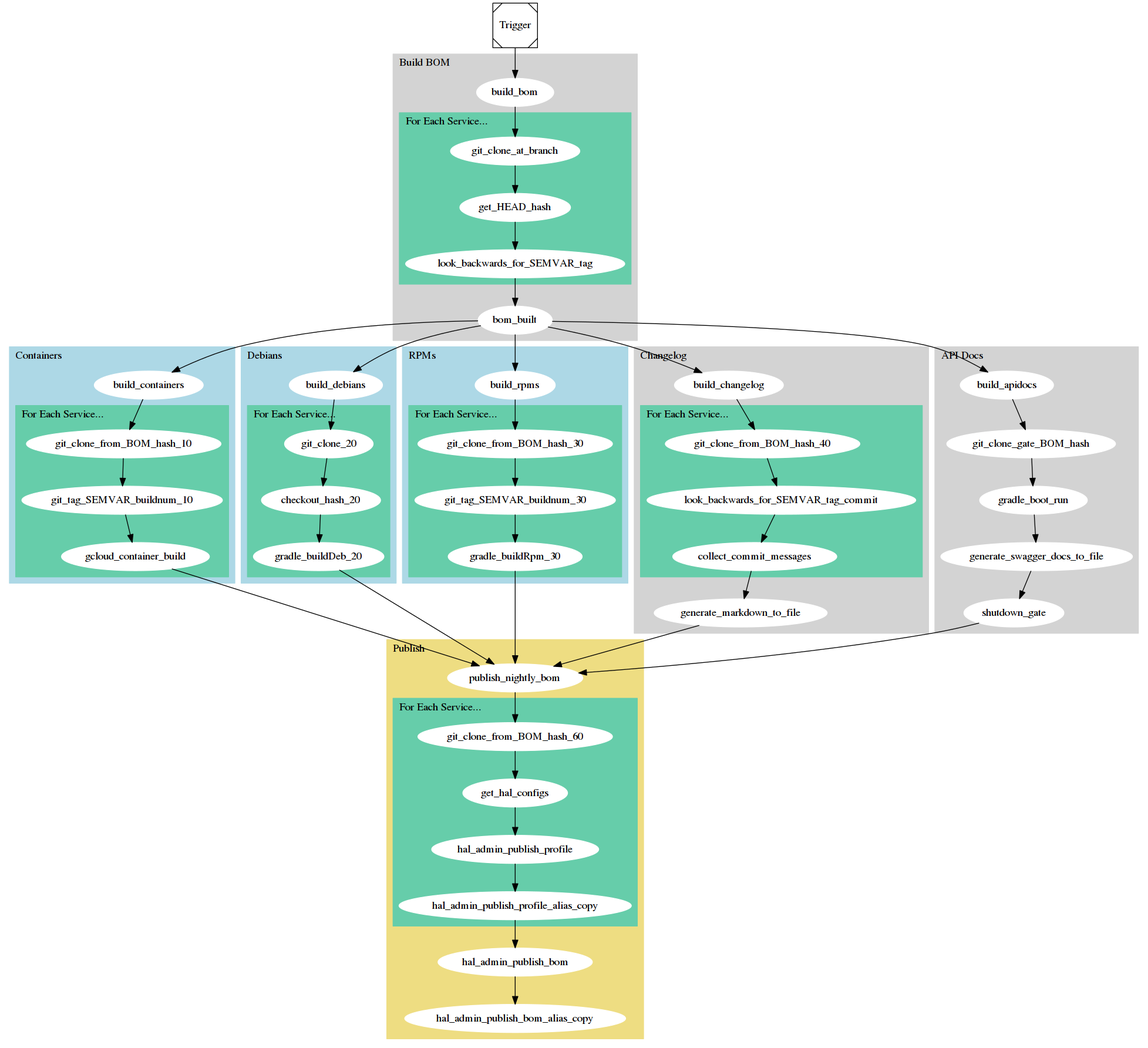
spinnaker/buildtool keeps this Graphviz diagram as dev/build_and_publish.dot.png. Above is the earlier version. Its source is kept beside it as dev/build_and_publish.dot.
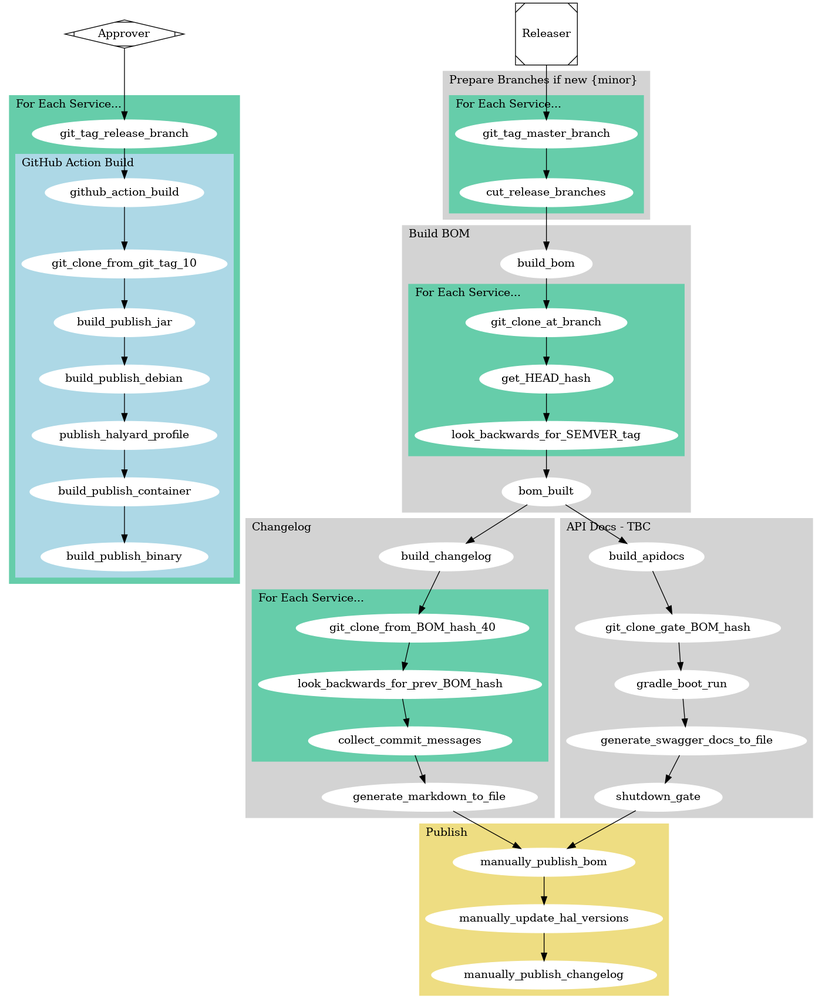
The same diagram one commit later.

Diff of the diagram source:
```diff
@@ -1,79 +1,67 @@
 
-digraph Flow_Build {
-    labeljust=l
-	style=filled;
-	color=lightgrey;
-    node [style=filled,color=white];
+digraph Release {
+  labeljust=l
+  style=filled;
+  color=lightgrey;
+  node [style=filled,color=white];
 
-    Trigger [shape=Msquare];
-    Trigger -> build_bom
-    bom_built -> build_containers
-    bom_built -> build_debians
-    bom_built -> build_rpms
-    bom_built -> build_changelog
-    bom_built -> build_apidocs
+  Approver [shape=Mdiamond,color=black,style=wedged];
+  Approver -> git_tag_release_branch;
 
-    subgraph cluster_0 {
-        label = "Build BOM"
+  Releaser [shape=Msquare,color=black,style=wedged];
+  Releaser -> git_tag_master_branch;
 
-        build_bom -> git_clone_at_branch;
+  cut_release_branches -> build_bom;
 
-        subgraph cluster_1 {
-		    label = "For Each Service..."
-		    style=filled;
-		    color=aquamarine3;
+  bom_built-> build_changelog;
+  bom_built-> build_apidocs;
 
-    		git_clone_at_branch -> get_HEAD_hash;
-    		get_HEAD_hash -> look_backwards_for_SEMVER_tag;
-		}
-		look_backwards_for_SEMVER_tag -> bom_built
+  subgraph cluster_2 {
+    label = "Prepare Branches if new {minor}"
+
+      subgraph cluster_6 {
+	    label = "For Each Service..."
+	    style=filled;
+	    color=aquamarine3;
+
+      git_tag_master_branch -> cut_release_branches;
     }
+  }
+
+  subgraph cluster_5 {
+      label = "Build BOM"
+
+      build_bom -> git_clone_at_branch;
+
+      subgraph cluster_6 {
+	    label = "For Each Service..."
+	    style=filled;
+	    color=aquamarine3;
+
+  		git_clone_at_branch -> get_HEAD_hash;
+  		get_HEAD_hash -> look_backwards_for_SEMVER_tag;
+    }
+    look_backwards_for_SEMVER_tag -> bom_built
+  }
 
 	subgraph cluster_10 {
-		label = "Containers";
-		color=lightblue;
+    label = "For Each Service..."
+    color=aquamarine3
+    git_tag_release_branch -> github_action_build
 
-		build_containers -> git_clone_from_BOM_hash_10;
-		subgraph cluster_11 {
-		    label = "For Each Service..."
-		    color=aquamarine3
+    subgraph cluster_15 {
+      label = "GitHub Action Build";
+      color=lightblue;
 
-    		git_clone_from_BOM_hash_10 -> git_tag_SEMVER_buildnum_10;
-    		git_tag_SEMVER_buildnum_10 -> gcloud_container_build
-		}
-	}
-	gcloud_container_build -> publish_nightly_bom;
-
-	subgraph cluster_20 {
-		label = "Debians";
-		color=lightblue;
-
-		build_debians ->  git_clone_20;
-		subgraph cluster_21 {
-		    label = "For Each Service..."
-		    color=aquamarine3
-
-    		git_clone_20 -> checkout_hash_20;
-    		checkout_hash_20 -> gradle_buildDeb_20;
-		}
-	}
-	gradle_buildDeb_20 -> publish_nightly_bom;
-
-	subgraph cluster_30 {
-		label = "RPMs";
-		color=lightblue;
-
-		build_rpms -> git_clone_from_BOM_hash_30;
-		subgraph cluster_31 {
-		    label = "For Each Service..."
-		    color=aquamarine3
-
-    		git_clone_from_BOM_hash_30 -> git_tag_SEMVER_buildnum_30;
-    		git_tag_SEMVER_buildnum_30 -> gradle_buildRpm_30;
-
-		}
-	}
-	gradle_buildRpm_30 -> publish_nightly_bom;
+      github_action_build -> git_clone_from_git_tag_10;
+      git_clone_from_git_tag_10 -> build_publish_jar;
+      build_publish_jar -> build_publish_debian;
+      build_publish_debian -> publish_halyard_profile;
+      publish_halyard_profile -> build_publish_container;
+      build_publish_container -> build_publish_binary;
+      build_publish_binary;
+    }
+  }
 
 	subgraph cluster_40 {
 		label = "Changelog";
@@ -83,40 +71,29 @@
 		    label = "For Each Service..."
 		    color=aquamarine3
 
-    		git_clone_from_BOM_hash_40 -> look_backwards_for_SEMVER_tag_commit;
-    		look_backwards_for_SEMVER_tag_commit -> collect_commit_messages;
+    		git_clone_from_BOM_hash_40 -> look_backwards_for_prev_BOM_hash;
+    		look_backwards_for_prev_BOM_hash -> collect_commit_messages;
 
 		}
 		collect_commit_messages -> generate_markdown_to_file;
 	}
-	generate_markdown_to_file -> publish_nightly_bom;
+	generate_markdown_to_file -> manually_publish_bom;
 
 	subgraph cluster_50 {
-		label = "API Docs";
+		label = "API Docs - TBC";
 
 		build_apidocs -> git_clone_gate_BOM_hash;
 		git_clone_gate_BOM_hash -> gradle_boot_run;
 		gradle_boot_run -> generate_swagger_docs_to_file;
 		generate_swagger_docs_to_file -> shutdown_gate;
 	}
-	shutdown_gate -> publish_nightly_bom;
+	shutdown_gate -> manually_publish_bom;
 
 	subgraph cluster_60 {
 		label = "Publish";
 		color=lightgoldenrod
 
-		publish_nightly_bom -> git_clone_from_BOM_hash_60;
-
-        subgraph cluster_61 {git_clone_from_BOM_hash_60
-            label = "For Each Service..."
-	        color=aquamarine3
-
-	        git_clone_from_BOM_hash_60 -> get_hal_configs;
-	        get_hal_configs -> hal_admin_publish_profile;
-	        hal_admin_publish_profile -> hal_admin_publish_profile_alias_copy;
-        }
-
-        hal_admin_publish_profile_alias_copy -> hal_admin_publish_bom
-        hal_admin_publish_bom -> hal_admin_publish_bom_alias_copy;
+		manually_publish_bom -> manually_update_hal_versions;
+    manually_update_hal_versions -> manually_publish_changelog;
 	}
 }
```
